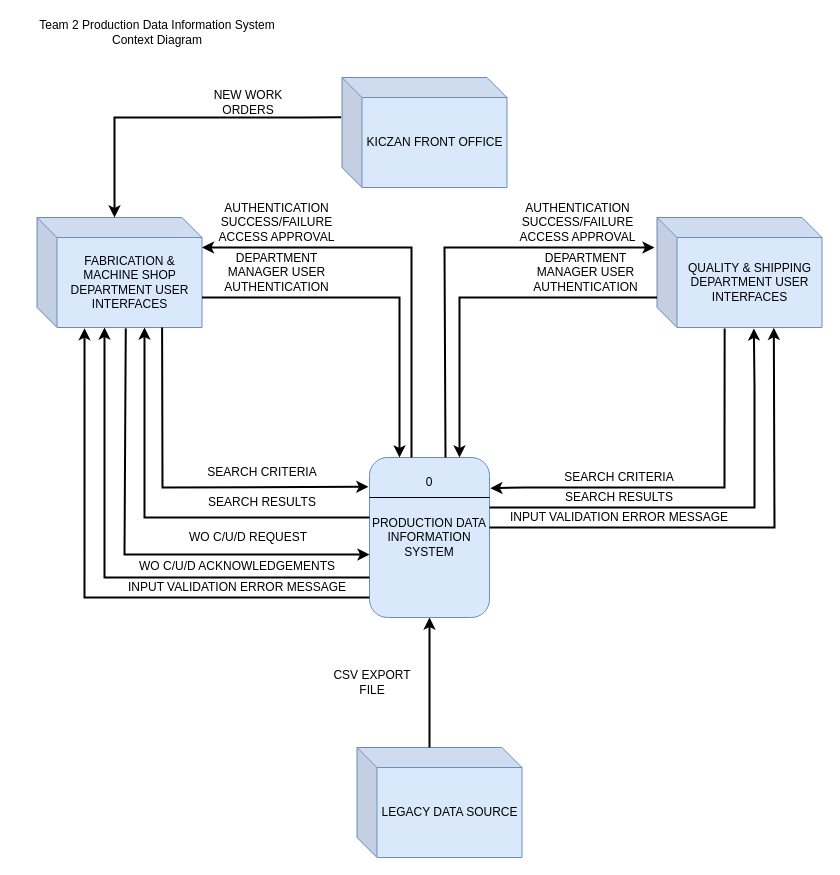
Above: PRODUCTION_SYSTEM_CONTEXT_DIAGRAM.drawio in JrST90/Team2CapstoneProject (draw.io), before the change. Source tidied: cells renumbered, new cells numbered last; positions are measured from the earlier drawing's top-left corner, leaving out a move shared by most shapes. Both pictures are drawn from the tidied source at 100%, with x=0, y=0 at pixel (16, 17).
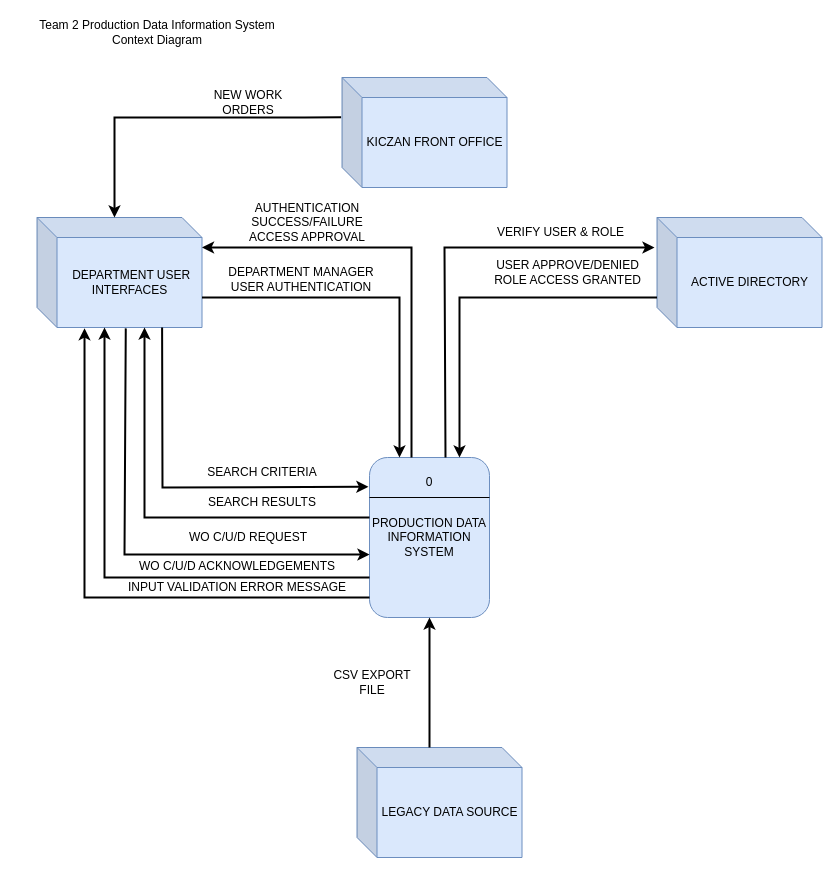
After the change.

Commit message (it also covers changes not shown here):
Correct to Context Diagram

Correction to context diagram from user authentication

The change refers to these unchanged cells:
```xml
<mxCell id="2" value="PRODUCTION DATA INFORMATION SYSTEM" style="rounded=1;whiteSpace=wrap;html=1;fillColor=#dae8fc;strokeColor=#6c8ebf;" parent="1" vertex="1">
  <mxGeometry x="353" y="440" width="120" height="160" as="geometry" />
</mxCell>
```

Change to the diagram source:
```diff
@@
-    <mxCell id="5" value="FABRICATION &amp;amp; MACHINE SHOP DEPARTMENT USER INTERFACES" style="shape=cube;whiteSpace=wrap;html=1;boundedLbl=1;backgroundOutline=1;darkOpacity=0.05;darkOpacity2=0.1;strokeWidth=1;fillColor=#dae8fc;strokeColor=#6c8ebf;" parent="1" vertex="1">
+    <mxCell id="5" value="&amp;nbsp;DEPARTMENT USER INTERFACES" style="shape=cube;whiteSpace=wrap;html=1;boundedLbl=1;backgroundOutline=1;darkOpacity=0.05;darkOpacity2=0.1;strokeWidth=1;fillColor=#dae8fc;strokeColor=#6c8ebf;" parent="1" vertex="1">
       <mxGeometry x="20.5" y="200" width="165" height="110" as="geometry" />
     </mxCell>
@@
-    <mxCell id="7" value="SEARCH CRITERIA" style="text;html=1;align=center;verticalAlign=middle;whiteSpace=wrap;rounded=0;" parent="1" vertex="1">
-      <mxGeometry x="543" y="450" width="120" height="20" as="geometry" />
-    </mxCell>
-    <mxCell id="8" value="SEARCH RESULTS" style="text;html=1;align=center;verticalAlign=middle;whiteSpace=wrap;rounded=0;" parent="1" vertex="1">
-      <mxGeometry x="508" y="470" width="190" height="20" as="geometry" />
-    </mxCell>
@@
     <mxCell id="12" value="DEPARTMENT MANAGER USER AUTHENTICATION" style="text;html=1;align=center;verticalAlign=middle;whiteSpace=wrap;rounded=0;" parent="1" vertex="1">
-      <mxGeometry x="199" y="240" width="123" height="30" as="geometry" />
+      <mxGeometry x="205" y="247" width="160" height="30" as="geometry" />
     </mxCell>
@@
-    <mxCell id="14" style="endArrow=classic;html=1;rounded=0;entryX=1.007;entryY=0.192;entryDx=0;entryDy=0;strokeWidth=2;exitX=0.41;exitY=1.008;exitDx=0;exitDy=0;exitPerimeter=0;entryPerimeter=0;" parent="1" edge="1" source="20" target="2">
-      <mxGeometry relative="1" as="geometry">
-        <Array as="points">
-          <mxPoint x="708" y="440" />
-          <mxPoint x="708" y="470" />
-          <mxPoint x="508" y="470" />
-        </Array>
-      </mxGeometry>
-    </mxCell>
-    <mxCell id="15" style="endArrow=classic;html=1;rounded=0;exitX=1;exitY=0.875;exitDx=0;exitDy=0;strokeWidth=2;exitPerimeter=0;entryX=0.587;entryY=1.008;entryDx=0;entryDy=0;entryPerimeter=0;" parent="1" edge="1" target="20">
-      <mxGeometry relative="1" as="geometry">
-        <mxPoint x="473" y="490" as="sourcePoint" />
-        <Array as="points">
-          <mxPoint x="578" y="490" />
-          <mxPoint x="738" y="490" />
-          <mxPoint x="738" y="370" />
-        </Array>
-      </mxGeometry>
-    </mxCell>
@@
     <mxCell id="19" value="AUTHENTICATION SUCCESS/FAILURE&lt;div&gt;ACCESS APPROVAL&lt;/div&gt;" style="text;html=1;align=center;verticalAlign=middle;whiteSpace=wrap;rounded=0;" parent="1" vertex="1">
-      <mxGeometry x="188" y="190" width="145" height="30" as="geometry" />
+      <mxGeometry x="188" y="190" width="206" height="30" as="geometry" />
     </mxCell>
-    <mxCell id="20" value="QUALITY &amp;amp; SHIPPING DEPARTMENT USER INTERFACES" style="shape=cube;whiteSpace=wrap;html=1;boundedLbl=1;backgroundOutline=1;darkOpacity=0.05;darkOpacity2=0.1;strokeWidth=1;fillColor=#dae8fc;strokeColor=#6c8ebf;" parent="1" vertex="1">
+    <mxCell id="20" value="ACTIVE DIRECTORY" style="shape=cube;whiteSpace=wrap;html=1;boundedLbl=1;backgroundOutline=1;darkOpacity=0.05;darkOpacity2=0.1;strokeWidth=1;fillColor=#dae8fc;strokeColor=#6c8ebf;" parent="1" vertex="1">
       <mxGeometry x="640.5" y="200" width="165" height="110" as="geometry" />
     </mxCell>
@@
-    <mxCell id="31" value="INPUT VALIDATION ERROR MESSAGE" style="text;html=1;align=center;verticalAlign=middle;whiteSpace=wrap;rounded=0;" parent="1" vertex="1">
-      <mxGeometry x="489.2" y="490" width="227.5" height="20" as="geometry" />
-    </mxCell>
-    <mxCell id="32" style="endArrow=classic;html=1;rounded=0;entryX=0.708;entryY=1.003;entryDx=0;entryDy=0;entryPerimeter=0;strokeWidth=2;" parent="1" edge="1" target="20">
-      <mxGeometry relative="1" as="geometry">
-        <mxPoint x="473" y="510" as="sourcePoint" />
-        <Array as="points">
-          <mxPoint x="758" y="510" />
-        </Array>
-      </mxGeometry>
-    </mxCell>
@@
-    <mxCell id="34" value="AUTHENTICATION SUCCESS/FAILURE&lt;div&gt;ACCESS APPROVAL&lt;/div&gt;" style="text;html=1;align=center;verticalAlign=middle;whiteSpace=wrap;rounded=0;" parent="1" vertex="1">
-      <mxGeometry x="489.2" y="190" width="145" height="30" as="geometry" />
+    <mxCell id="34" value="VERIFY USER &amp;amp; ROLE" style="text;html=1;align=center;verticalAlign=middle;whiteSpace=wrap;rounded=0;" parent="1" vertex="1">
+      <mxGeometry x="472" y="200" width="145" height="30" as="geometry" />
     </mxCell>
@@
-    <mxCell id="36" value="DEPARTMENT MANAGER USER AUTHENTICATION" style="text;html=1;align=center;verticalAlign=middle;whiteSpace=wrap;rounded=0;" parent="1" vertex="1">
-      <mxGeometry x="508" y="240" width="123" height="30" as="geometry" />
+    <mxCell id="36" value="USER APPROVE/DENIED ROLE ACCESS GRANTED" style="text;html=1;align=center;verticalAlign=middle;whiteSpace=wrap;rounded=0;" parent="1" vertex="1">
+      <mxGeometry x="472" y="240" width="159" height="30" as="geometry" />
     </mxCell>
```
